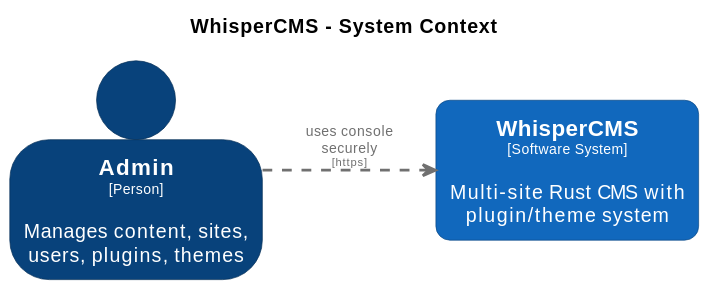
Before: docs/diagrams/structurizr-WhisperCMS-Context.svg, a diagram exported from PlantUML (CoderByBlood/whisper-cms).
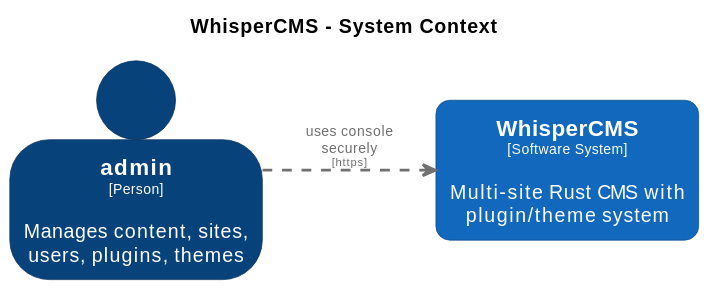
The same file after the commit.

The edit, as a diff of the source:
```diff
@@ -15,12 +15,6 @@
 
 hide stereotype
 
-skinparam person<<Admin>> {
-  BackgroundColor #08427b
-  FontColor #ffffff
-  BorderColor #052e56
-  shadowing false
-}
 skinparam rectangle<<WhisperCMS>> {
   BackgroundColor #1168bd
   FontColor #ffffff
@@ -28,9 +22,15 @@
   roundCorner 20
   shadowing false
 }
+skinparam person<<admin>> {
+  BackgroundColor #08427b
+  FontColor #ffffff
+  BorderColor #052e56
+  shadowing false
+}
 
-person "==Admin\n<size:10>[Person]</size>\n\nManages content, sites, users, plugins, themes" <<Admin>> as Admin
+person "==admin\n<size:10>[Person]</size>\n\nManages content, sites, users, plugins, themes" <<admin>> as admin
 rectangle "==WhisperCMS\n<size:10>[Software System]</size>\n\nMulti-site Rust CMS with plugin/theme system" <<WhisperCMS>> as WhisperCMS
 
-Admin .[#707070,thickness=2].> WhisperCMS : "<color:#707070>uses console securely\n<color:#707070><size:8>[https]</size>"
+admin .[#707070,thickness=2].> WhisperCMS : "<color:#707070>uses console securely\n<color:#707070><size:8>[https]</size>"
 @enduml
```
